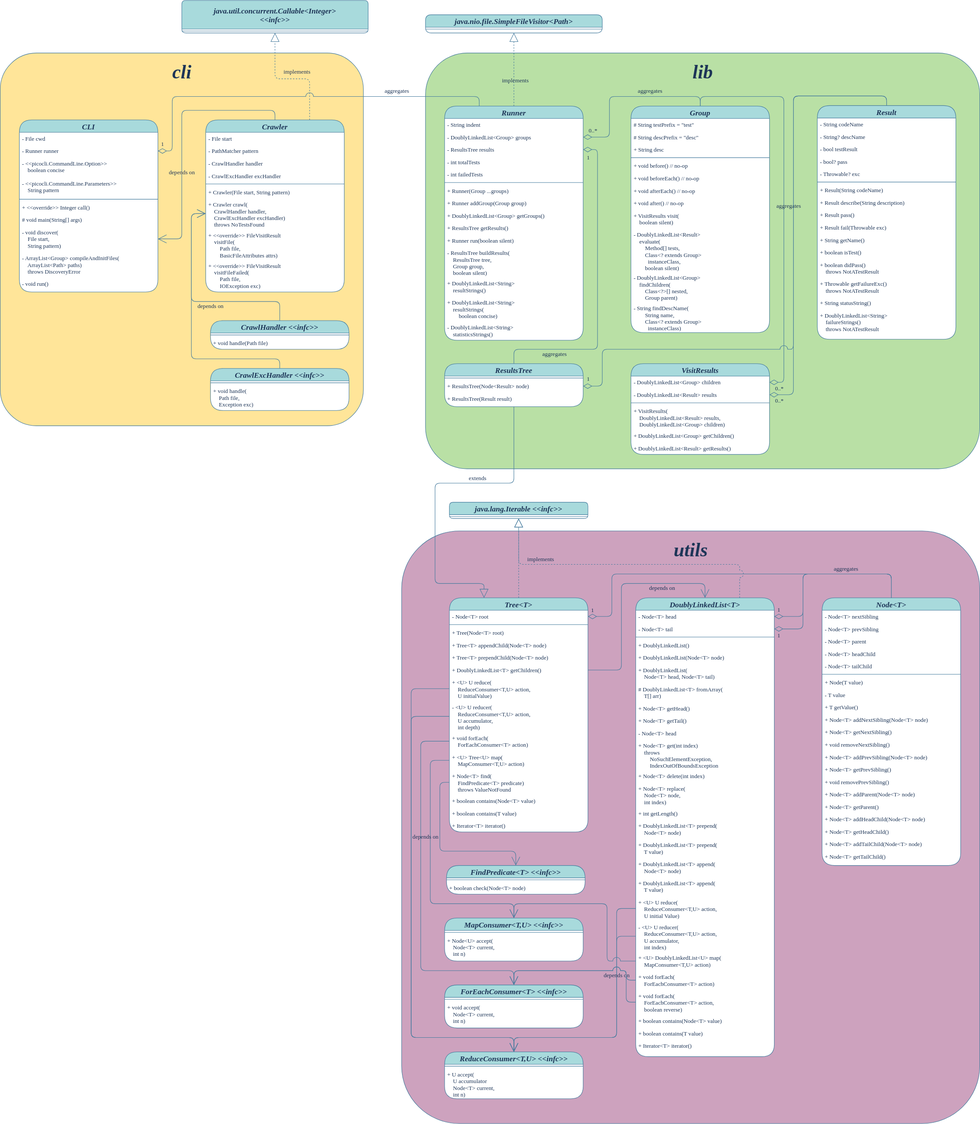
Earlier version of the draw.io export uml.drawio.svg (andrew-chang-dewitt/jspec). Source tidied: cells renumbered, new cells last; positions are measured from the earlier drawing's top-left corner, leaving out a move shared by most shapes.
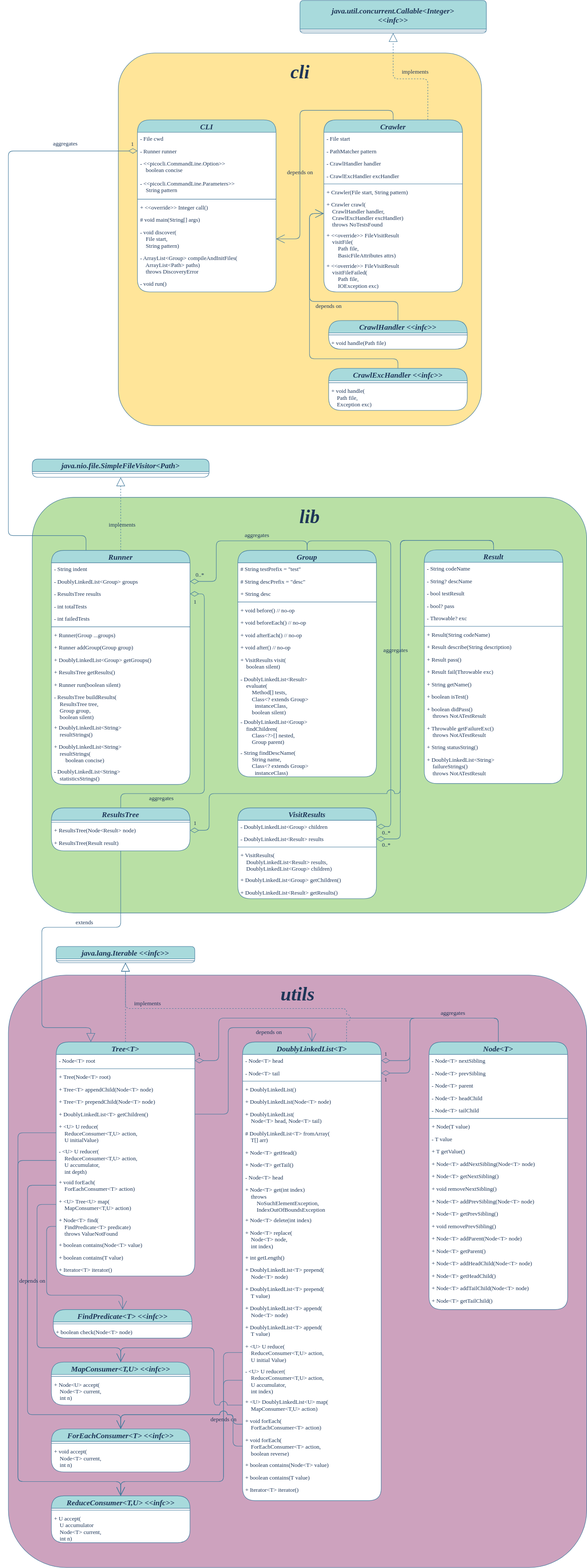
Above is the later version.

Commit message:
Reorganize to vertical flow.

What changed in the source:
```diff
@@ -637,19 +637,22 @@
         </Array>
       </mxGeometry>
     </mxCell>
+    <mxCell id="211" style="group;" parent="1" vertex="1">
+      <mxGeometry x="1070" y="-930" width="770" height="890" as="geometry" />
+    </mxCell>
-    <mxCell id="175" value="cli" style="shape=folder;fontStyle=3;spacingTop=10;tabWidth=50;tabHeight=0;tabPosition=left;html=1;rounded=1;fontColor=#1D3557;strokeColor=#457B9D;fillColor=#FFE599;fontSize=40;fontFamily=Fira Code;startSize=26;shadow=0;strokeWidth=1;fontSource=https%3A%2F%2Ffonts.googleapis.com%2Fcss%3Ffamily%3DFira%2BCode;labelBackgroundColor=none;labelBorderColor=none;verticalAlign=top;" parent="1" vertex="1">
+    <mxCell id="175" value="cli" style="shape=folder;fontStyle=3;spacingTop=10;tabWidth=50;tabHeight=0;tabPosition=left;html=1;rounded=1;fontColor=#1D3557;strokeColor=#457B9D;fillColor=#FFE599;fontSize=40;fontFamily=Fira Code;startSize=26;shadow=0;strokeWidth=1;fontSource=https%3A%2F%2Ffonts.googleapis.com%2Fcss%3Ffamily%3DFira%2BCode;labelBackgroundColor=none;labelBorderColor=none;verticalAlign=top;" parent="211" vertex="1">
       <mxGeometry y="110" width="760" height="780" as="geometry" />
     </mxCell>
-    <mxCell id="176" value="java.util.concurrent.Callable&lt;Integer&gt;&#10;&lt;&lt;infc&gt;&gt;" style="swimlane;fontStyle=3;align=center;verticalAlign=middle;horizontal=1;startSize=60;rounded=1;shadow=0;strokeWidth=1;fillColor=#A8DADC;strokeColor=#457B9D;fontColor=#1D3557;fontFamily=Fira Code;fontSource=https%3A%2F%2Ffonts.googleapis.com%2Fcss%3Ffamily%3DFira%2BCode;fontSize=16;arcSize=50;labelBackgroundColor=none;labelBorderColor=none;swimlaneFillColor=#FFFFFF;fillStyle=cross-hatch;" parent="1" vertex="1">
+    <mxCell id="176" value="java.util.concurrent.Callable&lt;Integer&gt;&#10;&lt;&lt;infc&gt;&gt;" style="swimlane;fontStyle=3;align=center;verticalAlign=middle;horizontal=1;startSize=60;rounded=1;shadow=0;strokeWidth=1;fillColor=#A8DADC;strokeColor=#457B9D;fontColor=#1D3557;fontFamily=Fira Code;fontSource=https%3A%2F%2Ffonts.googleapis.com%2Fcss%3Ffamily%3DFira%2BCode;fontSize=16;arcSize=50;labelBackgroundColor=none;labelBorderColor=none;swimlaneFillColor=#FFFFFF;fillStyle=cross-hatch;" parent="211" vertex="1">
       <mxGeometry x="380" width="390" height="68" as="geometry" />
     </mxCell>
     <mxCell id="177" style="line;html=1;strokeWidth=1;align=left;verticalAlign=middle;spacingTop=-1;spacingLeft=3;spacingRight=3;labelPosition=right;rounded=1;labelBackgroundColor=#F1FAEE;fillColor=#A8DADC;strokeColor=#457B9D;fontColor=#1D3557;fontFamily=Fira Code;fontSource=https%3A%2F%2Ffonts.googleapis.com%2Fcss%3Ffamily%3DFira%2BCode;" parent="176" vertex="1">
       <mxGeometry y="60" width="390" height="8" as="geometry" />
     </mxCell>
-    <mxCell id="178" value="implements" style="edgeStyle=orthogonalEdgeStyle;curved=0;rounded=1;jumpStyle=arc;jumpSize=16;jettySize=auto;html=1;exitX=0.75;exitY=0;exitDx=0;exitDy=0;labelBackgroundColor=none;fontFamily=Fira Code;fontSource=https%3A%2F%2Ffonts.googleapis.com%2Fcss%3Ffamily%3DFira%2BCode;fontSize=12;fontColor=#1D3557;startArrow=none;startFill=0;endArrow=block;endFill=0;startSize=16;endSize=16;strokeColor=#457B9D;strokeWidth=1;fillColor=#A8DADC;dashed=1;" parent="1" edge="1" source="179" target="176">
+    <mxCell id="178" value="implements" style="edgeStyle=orthogonalEdgeStyle;curved=0;rounded=1;jumpStyle=arc;jumpSize=16;jettySize=auto;html=1;exitX=0.75;exitY=0;exitDx=0;exitDy=0;labelBackgroundColor=none;fontFamily=Fira Code;fontSource=https%3A%2F%2Ffonts.googleapis.com%2Fcss%3Ffamily%3DFira%2BCode;fontSize=12;fontColor=#1D3557;startArrow=none;startFill=0;endArrow=block;endFill=0;startSize=16;endSize=16;strokeColor=#457B9D;strokeWidth=1;fillColor=#A8DADC;dashed=1;" parent="211" edge="1" source="179" target="176">
       <mxGeometry x="-0.11" y="-14" relative="1" as="geometry" />
     </mxCell>
-    <mxCell id="179" value="Crawler" style="swimlane;fontStyle=3;align=center;verticalAlign=middle;horizontal=1;startSize=26;rounded=1;shadow=0;strokeWidth=1;fillColor=#A8DADC;strokeColor=#457B9D;fontColor=#1D3557;fontFamily=Fira Code;fontSource=https%3A%2F%2Ffonts.googleapis.com%2Fcss%3Ffamily%3DFira%2BCode;labelBackgroundColor=none;labelBorderColor=none;fontSize=16;swimlaneFillColor=#FFFFFF;arcSize=50;fillStyle=cross-hatch;" parent="1" vertex="1">
+    <mxCell id="179" value="Crawler" style="swimlane;fontStyle=3;align=center;verticalAlign=middle;horizontal=1;startSize=26;rounded=1;shadow=0;strokeWidth=1;fillColor=#A8DADC;strokeColor=#457B9D;fontColor=#1D3557;fontFamily=Fira Code;fontSource=https%3A%2F%2Ffonts.googleapis.com%2Fcss%3Ffamily%3DFira%2BCode;labelBackgroundColor=none;labelBorderColor=none;fontSize=16;swimlaneFillColor=#FFFFFF;arcSize=50;fillStyle=cross-hatch;" parent="211" vertex="1">
       <mxGeometry x="430" y="250" width="290" height="360" as="geometry" />
     </mxCell>
     <mxCell id="180" value="- File start" style="text;align=left;verticalAlign=top;spacingLeft=4;spacingRight=4;overflow=hidden;rounded=1;fontColor=#1D3557;fontFamily=Fira Code;fontSource=https%3A%2F%2Ffonts.googleapis.com%2Fcss%3Ffamily%3DFira%2BCode;" parent="179" vertex="1">
@@ -679,7 +682,7 @@
     <mxCell id="188" value="+ &lt;&lt;override&gt;&gt; FileVisitResult &#10;    visitFileFailed(&#10;        Path file,&#10;        IOException exc)" style="text;align=left;verticalAlign=top;spacingLeft=4;spacingRight=4;overflow=hidden;rounded=1;fontColor=#1D3557;fontFamily=Fira Code;fontSource=https%3A%2F%2Ffonts.googleapis.com%2Fcss%3Ffamily%3DFira%2BCode;" parent="179" vertex="1">
       <mxGeometry y="292" width="290" height="64" as="geometry" />
     </mxCell>
-    <mxCell id="189" value="CLI" style="swimlane;fontStyle=3;align=center;verticalAlign=middle;horizontal=1;startSize=26;rounded=1;shadow=0;strokeWidth=1;fillColor=#A8DADC;strokeColor=#457B9D;fontColor=#1D3557;fontFamily=Fira Code;fontSource=https%3A%2F%2Ffonts.googleapis.com%2Fcss%3Ffamily%3DFira%2BCode;labelBackgroundColor=none;labelBorderColor=none;fontSize=16;swimlaneFillColor=#FFFFFF;arcSize=50;fillStyle=cross-hatch;" parent="1" vertex="1">
+    <mxCell id="189" value="CLI" style="swimlane;fontStyle=3;align=center;verticalAlign=middle;horizontal=1;startSize=26;rounded=1;shadow=0;strokeWidth=1;fillColor=#A8DADC;strokeColor=#457B9D;fontColor=#1D3557;fontFamily=Fira Code;fontSource=https%3A%2F%2Ffonts.googleapis.com%2Fcss%3Ffamily%3DFira%2BCode;labelBackgroundColor=none;labelBorderColor=none;fontSize=16;swimlaneFillColor=#FFFFFF;arcSize=50;fillStyle=cross-hatch;" parent="211" vertex="1">
       <mxGeometry x="40" y="250" width="290" height="360" as="geometry" />
     </mxCell>
     <mxCell id="190" value="- File cwd" style="text;align=left;verticalAlign=top;spacingLeft=4;spacingRight=4;overflow=hidden;rounded=1;fontColor=#1D3557;fontFamily=Fira Code;fontSource=https%3A%2F%2Ffonts.googleapis.com%2Fcss%3Ffamily%3DFira%2BCode;" parent="189" vertex="1">
@@ -712,7 +715,7 @@
     <mxCell id="199" value="- void run()" style="text;align=left;verticalAlign=top;spacingLeft=4;spacingRight=4;overflow=hidden;rounded=1;fontColor=#1D3557;fontFamily=Fira Code;fontSource=https%3A%2F%2Ffonts.googleapis.com%2Fcss%3Ffamily%3DFira%2BCode;" parent="189" vertex="1">
       <mxGeometry y="330" width="290" height="26" as="geometry" />
     </mxCell>
-    <mxCell id="200" value="depends on" style="edgeStyle=orthogonalEdgeStyle;curved=0;rounded=1;jumpStyle=arc;jumpSize=16;jettySize=auto;html=1;exitX=0.5;exitY=0;exitDx=0;exitDy=0;entryX=1;entryY=0.5;entryDx=0;entryDy=0;labelBackgroundColor=none;fontFamily=Fira Code;fontSource=https%3A%2F%2Ffonts.googleapis.com%2Fcss%3Ffamily%3DFira%2BCode;fontSize=12;fontColor=#1D3557;startArrow=none;startFill=0;endArrow=open;endFill=0;startSize=16;endSize=16;strokeColor=#457B9D;strokeWidth=1;fillColor=#A8DADC;" parent="1" edge="1" source="179" target="197">
+    <mxCell id="200" value="depends on" style="edgeStyle=orthogonalEdgeStyle;curved=0;rounded=1;jumpStyle=arc;jumpSize=16;jettySize=auto;html=1;exitX=0.5;exitY=0;exitDx=0;exitDy=0;entryX=1;entryY=0.5;entryDx=0;entryDy=0;labelBackgroundColor=none;fontFamily=Fira Code;fontSource=https%3A%2F%2Ffonts.googleapis.com%2Fcss%3Ffamily%3DFira%2BCode;fontSize=12;fontColor=#1D3557;startArrow=none;startFill=0;endArrow=open;endFill=0;startSize=16;endSize=16;strokeColor=#457B9D;strokeWidth=1;fillColor=#A8DADC;" parent="211" edge="1" source="179" target="197">
       <mxGeometry x="0.29" relative="1" as="geometry">
         <Array as="points">
           <mxPoint x="575" y="230" />
@@ -721,7 +724,7 @@
         </Array>
       </mxGeometry>
     </mxCell>
-    <mxCell id="201" value="depends on" style="edgeStyle=orthogonalEdgeStyle;curved=0;rounded=1;jumpStyle=arc;jumpSize=16;jettySize=auto;html=1;exitX=0.5;exitY=0;exitDx=0;exitDy=0;entryX=0;entryY=0.5;entryDx=0;entryDy=0;labelBackgroundColor=none;fontFamily=Fira Code;fontSource=https%3A%2F%2Ffonts.googleapis.com%2Fcss%3Ffamily%3DFira%2BCode;fontSize=12;fontColor=#1D3557;startArrow=none;startFill=0;endArrow=open;endFill=0;startSize=16;endSize=16;strokeColor=#457B9D;strokeWidth=1;fillColor=#A8DADC;" parent="1" edge="1" source="202" target="186">
+    <mxCell id="201" value="depends on" style="edgeStyle=orthogonalEdgeStyle;curved=0;rounded=1;jumpStyle=arc;jumpSize=16;jettySize=auto;html=1;exitX=0.5;exitY=0;exitDx=0;exitDy=0;entryX=0;entryY=0.5;entryDx=0;entryDy=0;labelBackgroundColor=none;fontFamily=Fira Code;fontSource=https%3A%2F%2Ffonts.googleapis.com%2Fcss%3Ffamily%3DFira%2BCode;fontSize=12;fontColor=#1D3557;startArrow=none;startFill=0;endArrow=open;endFill=0;startSize=16;endSize=16;strokeColor=#457B9D;strokeWidth=1;fillColor=#A8DADC;" parent="211" edge="1" source="202" target="186">
       <mxGeometry x="-0.16" y="10" relative="1" as="geometry">
         <Array as="points">
           <mxPoint x="585" y="630" />
@@ -730,7 +733,7 @@
         </Array>
       </mxGeometry>
     </mxCell>
-    <mxCell id="202" value="CrawlHandler &lt;&lt;infc&gt;&gt;" style="swimlane;fontStyle=3;align=center;verticalAlign=middle;horizontal=1;startSize=26;rounded=1;shadow=0;strokeWidth=1;fillColor=#A8DADC;strokeColor=#457B9D;fontColor=#1D3557;fontFamily=Fira Code;fontSource=https%3A%2F%2Ffonts.googleapis.com%2Fcss%3Ffamily%3DFira%2BCode;fontSize=16;arcSize=50;labelBackgroundColor=none;labelBorderColor=none;swimlaneFillColor=#FFFFFF;fillStyle=cross-hatch;" parent="1" vertex="1">
+    <mxCell id="202" value="CrawlHandler &lt;&lt;infc&gt;&gt;" style="swimlane;fontStyle=3;align=center;verticalAlign=middle;horizontal=1;startSize=26;rounded=1;shadow=0;strokeWidth=1;fillColor=#A8DADC;strokeColor=#457B9D;fontColor=#1D3557;fontFamily=Fira Code;fontSource=https%3A%2F%2Ffonts.googleapis.com%2Fcss%3Ffamily%3DFira%2BCode;fontSize=16;arcSize=50;labelBackgroundColor=none;labelBorderColor=none;swimlaneFillColor=#FFFFFF;fillStyle=cross-hatch;" parent="211" vertex="1">
       <mxGeometry x="440" y="670" width="290" height="60" as="geometry" />
     </mxCell>
     <mxCell id="203" style="line;html=1;strokeWidth=1;align=left;verticalAlign=middle;spacingTop=-1;spacingLeft=3;spacingRight=3;labelPosition=right;rounded=1;labelBackgroundColor=#F1FAEE;fillColor=#A8DADC;strokeColor=#457B9D;fontColor=#1D3557;fontFamily=Fira Code;fontSource=https%3A%2F%2Ffonts.googleapis.com%2Fcss%3Ffamily%3DFira%2BCode;" parent="202" vertex="1">
@@ -739,7 +742,7 @@
     <mxCell id="204" value="+ void handle(Path file)" style="text;align=left;verticalAlign=top;spacingLeft=4;spacingRight=4;overflow=hidden;rounded=1;fontColor=#1D3557;fontFamily=Fira Code;fontSource=https%3A%2F%2Ffonts.googleapis.com%2Fcss%3Ffamily%3DFira%2BCode;" parent="202" vertex="1">
       <mxGeometry y="34" width="290" height="26" as="geometry" />
     </mxCell>
-    <mxCell id="205" style="edgeStyle=orthogonalEdgeStyle;curved=0;rounded=1;jumpStyle=arc;jumpSize=16;jettySize=auto;html=1;exitX=0.5;exitY=0;exitDx=0;exitDy=0;entryX=0;entryY=0.5;entryDx=0;entryDy=0;labelBackgroundColor=none;fontFamily=Fira Code;fontSource=https%3A%2F%2Ffonts.googleapis.com%2Fcss%3Ffamily%3DFira%2BCode;fontSize=12;fontColor=#1D3557;startArrow=none;startFill=0;endArrow=open;endFill=0;startSize=16;endSize=16;strokeColor=#457B9D;strokeWidth=1;fillColor=#A8DADC;" parent="1" edge="1" source="206" target="186">
+    <mxCell id="205" style="edgeStyle=orthogonalEdgeStyle;curved=0;rounded=1;jumpStyle=arc;jumpSize=16;jettySize=auto;html=1;exitX=0.5;exitY=0;exitDx=0;exitDy=0;entryX=0;entryY=0.5;entryDx=0;entryDy=0;labelBackgroundColor=none;fontFamily=Fira Code;fontSource=https%3A%2F%2Ffonts.googleapis.com%2Fcss%3Ffamily%3DFira%2BCode;fontSize=12;fontColor=#1D3557;startArrow=none;startFill=0;endArrow=open;endFill=0;startSize=16;endSize=16;strokeColor=#457B9D;strokeWidth=1;fillColor=#A8DADC;" parent="211" edge="1" source="206" target="186">
       <mxGeometry relative="1" as="geometry">
         <Array as="points">
           <mxPoint x="585" y="750" />
@@ -748,7 +751,7 @@
         </Array>
       </mxGeometry>
     </mxCell>
-    <mxCell id="206" value="CrawlExcHandler &lt;&lt;infc&gt;&gt;" style="swimlane;fontStyle=3;align=center;verticalAlign=middle;horizontal=1;startSize=26;rounded=1;shadow=0;strokeWidth=1;fillColor=#A8DADC;strokeColor=#457B9D;fontColor=#1D3557;fontFamily=Fira Code;fontSource=https%3A%2F%2Ffonts.googleapis.com%2Fcss%3Ffamily%3DFira%2BCode;fontSize=16;arcSize=50;labelBackgroundColor=none;labelBorderColor=none;swimlaneFillColor=#FFFFFF;fillStyle=cross-hatch;" parent="1" vertex="1">
+    <mxCell id="206" value="CrawlExcHandler &lt;&lt;infc&gt;&gt;" style="swimlane;fontStyle=3;align=center;verticalAlign=middle;horizontal=1;startSize=26;rounded=1;shadow=0;strokeWidth=1;fillColor=#A8DADC;strokeColor=#457B9D;fontColor=#1D3557;fontFamily=Fira Code;fontSource=https%3A%2F%2Ffonts.googleapis.com%2Fcss%3Ffamily%3DFira%2BCode;fontSize=16;arcSize=50;labelBackgroundColor=none;labelBorderColor=none;swimlaneFillColor=#FFFFFF;fillStyle=cross-hatch;" parent="211" vertex="1">
       <mxGeometry x="440" y="770" width="290" height="88" as="geometry" />
     </mxCell>
     <mxCell id="207" style="line;html=1;strokeWidth=1;align=left;verticalAlign=middle;spacingTop=-1;spacingLeft=3;spacingRight=3;labelPosition=right;rounded=1;labelBackgroundColor=#F1FAEE;fillColor=#A8DADC;strokeColor=#457B9D;fontColor=#1D3557;fontFamily=Fira Code;fontSource=https%3A%2F%2Ffonts.googleapis.com%2Fcss%3Ffamily%3DFira%2BCode;" parent="206" vertex="1">
@@ -757,17 +760,18 @@
     <mxCell id="208" value="+ void handle(&#10;    Path file,&#10;    Exception exc)" style="text;align=left;verticalAlign=top;spacingLeft=4;spacingRight=4;overflow=hidden;rounded=1;fontColor=#1D3557;fontFamily=Fira Code;fontSource=https%3A%2F%2Ffonts.googleapis.com%2Fcss%3Ffamily%3DFira%2BCode;" parent="206" vertex="1">
       <mxGeometry y="34" width="290" height="54" as="geometry" />
     </mxCell>
+    <mxCell id="210" value="1" style="text;html=1;strokeColor=none;fillColor=none;align=center;verticalAlign=middle;whiteSpace=wrap;rounded=0;shadow=0;labelBackgroundColor=none;labelBorderColor=none;fillStyle=cross-hatch;fontFamily=Fira Code;fontSource=https%3A%2F%2Ffonts.googleapis.com%2Fcss%3Ffamily%3DFira%2BCode;fontSize=12;fontColor=#1D3557;startSize=26;" parent="211" vertex="1">
+      <mxGeometry x="25" y="292" width="10" height="17" as="geometry" />
+    </mxCell>
-    <mxCell id="209" value="aggregates" style="edgeStyle=orthogonalEdgeStyle;jumpStyle=arc;jumpSize=16;jettySize=auto;html=1;exitX=0.25;exitY=0;exitDx=0;exitDy=0;entryX=1;entryY=0.5;entryDx=0;entryDy=0;labelBackgroundColor=none;fontFamily=Fira Code;fontSource=https%3A%2F%2Ffonts.googleapis.com%2Fcss%3Ffamily%3DFira%2BCode;fontSize=12;fontColor=#1D3557;startArrow=none;startFill=0;endArrow=diamondThin;endFill=0;startSize=16;endSize=16;strokeColor=#457B9D;strokeWidth=1;fillColor=#A8DADC;rounded=1;" parent="1" edge="1" source="142" target="191">
-      <mxGeometry x="-0.52" y="-11" relative="1" as="geometry">
+    <mxCell id="209" value="aggregates" style="edgeStyle=orthogonalEdgeStyle;rounded=1;jumpStyle=arc;jumpSize=16;jettySize=auto;html=1;exitX=0.25;exitY=0;exitDx=0;exitDy=0;entryX=0;entryY=0.5;entryDx=0;entryDy=0;labelBackgroundColor=none;fontFamily=Fira Code;fontSource=https%3A%2F%2Ffonts.googleapis.com%2Fcss%3Ffamily%3DFira%2BCode;fontSize=12;fontColor=#1D3557;startArrow=none;startFill=0;endArrow=diamondThin;endFill=0;startSize=16;endSize=16;strokeColor=#457B9D;strokeWidth=1;fillColor=#A8DADC;" parent="1" edge="1" source="142" target="191">
+      <mxGeometry x="0.76" y="15" relative="1" as="geometry">
         <Array as="points">
-          <mxPoint x="1003" y="201" />
-          <mxPoint x="360" y="201" />
-          <mxPoint x="360" y="315" />
+          <mxPoint x="1002" y="190" />
+          <mxPoint x="840" y="190" />
+          <mxPoint x="840" y="-615" />
         </Array>
+        <mxPoint x="-1" as="offset" />
       </mxGeometry>
     </mxCell>
-    <mxCell id="210" value="1" style="text;html=1;strokeColor=none;fillColor=none;align=center;verticalAlign=middle;whiteSpace=wrap;rounded=0;shadow=0;labelBackgroundColor=none;labelBorderColor=none;fillStyle=cross-hatch;fontFamily=Fira Code;fontSource=https%3A%2F%2Ffonts.googleapis.com%2Fcss%3Ffamily%3DFira%2BCode;fontSize=12;fontColor=#1D3557;startSize=26;" parent="1" vertex="1">
-      <mxGeometry x="335" y="292" width="10" height="17" as="geometry" />
-    </mxCell>
   </root>
 </mxGraphModel>
```
